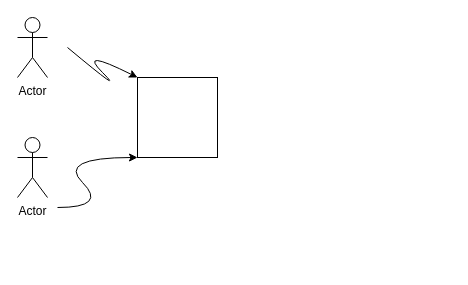
Before: schema.drawio in boyue1228/visualstudiocode, a draw.io diagram. Source tidied: cells renumbered, new cells numbered last; positions are measured from the earlier drawing's top-left corner, leaving out a move shared by most shapes. Both pictures are drawn from the tidied source at 100%, with x=0, y=0 at pixel (17, 17).
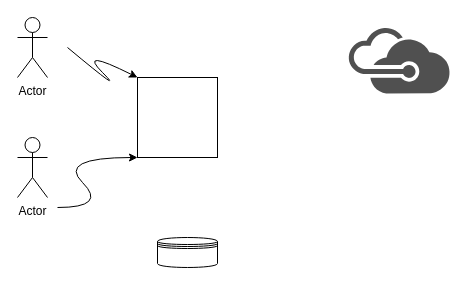
After the change.

Diff of the diagram source:
```diff
@@
 <mxGraphModel>
   <root>
     <mxCell id="0" />
     <mxCell id="1" parent="0" />
     <mxCell id="2" style="whiteSpace=wrap;html=1;" parent="1" vertex="1">
       <mxGeometry x="120" y="60" width="80" height="80" as="geometry" />
     </mxCell>
     <mxCell id="3" value="Actor" style="shape=umlActor;verticalLabelPosition=bottom;labelBackgroundColor=#ffffff;verticalAlign=top;html=1;" parent="1" vertex="1">
       <mxGeometry width="30" height="60" as="geometry" />
     </mxCell>
     <mxCell id="4" value="Actor" style="shape=umlActor;verticalLabelPosition=bottom;labelBackgroundColor=#ffffff;verticalAlign=top;html=1;" parent="1" vertex="1">
       <mxGeometry y="120" width="30" height="60" as="geometry" />
     </mxCell>
     <mxCell id="5" style="curved=1;endArrow=classic;html=1;entryX=0;entryY=0;entryDx=0;entryDy=0;" parent="1" edge="1" target="2">
       <mxGeometry relative="1" as="geometry">
         <mxPoint x="50" y="30" as="sourcePoint" />
         <Array as="points">
           <mxPoint x="110" y="80" />
           <mxPoint x="60" y="30" />
         </Array>
       </mxGeometry>
     </mxCell>
     <mxCell id="6" style="curved=1;endArrow=classic;html=1;entryX=0;entryY=1;entryDx=0;entryDy=0;" parent="1" edge="1" target="2">
       <mxGeometry relative="1" as="geometry">
         <mxPoint x="40" y="190" as="sourcePoint" />
         <Array as="points">
           <mxPoint x="90" y="190" />
           <mxPoint x="40" y="140" />
         </Array>
       </mxGeometry>
     </mxCell>
+    <mxCell id="7" style="shape=datastore;whiteSpace=wrap;html=1;" parent="1" vertex="1">
+      <mxGeometry x="140" y="220" width="60" height="30" as="geometry" />
+    </mxCell>
+    <mxCell id="8" style="shadow=0;dashed=0;html=1;strokeColor=none;fillColor=#505050;labelPosition=center;verticalLabelPosition=bottom;verticalAlign=top;align=center;shape=mxgraph.office.clouds.azure;" parent="1" vertex="1">
+      <mxGeometry x="330" y="10" width="103" height="66" as="geometry" />
+    </mxCell>
   </root>
 </mxGraphModel>
```
